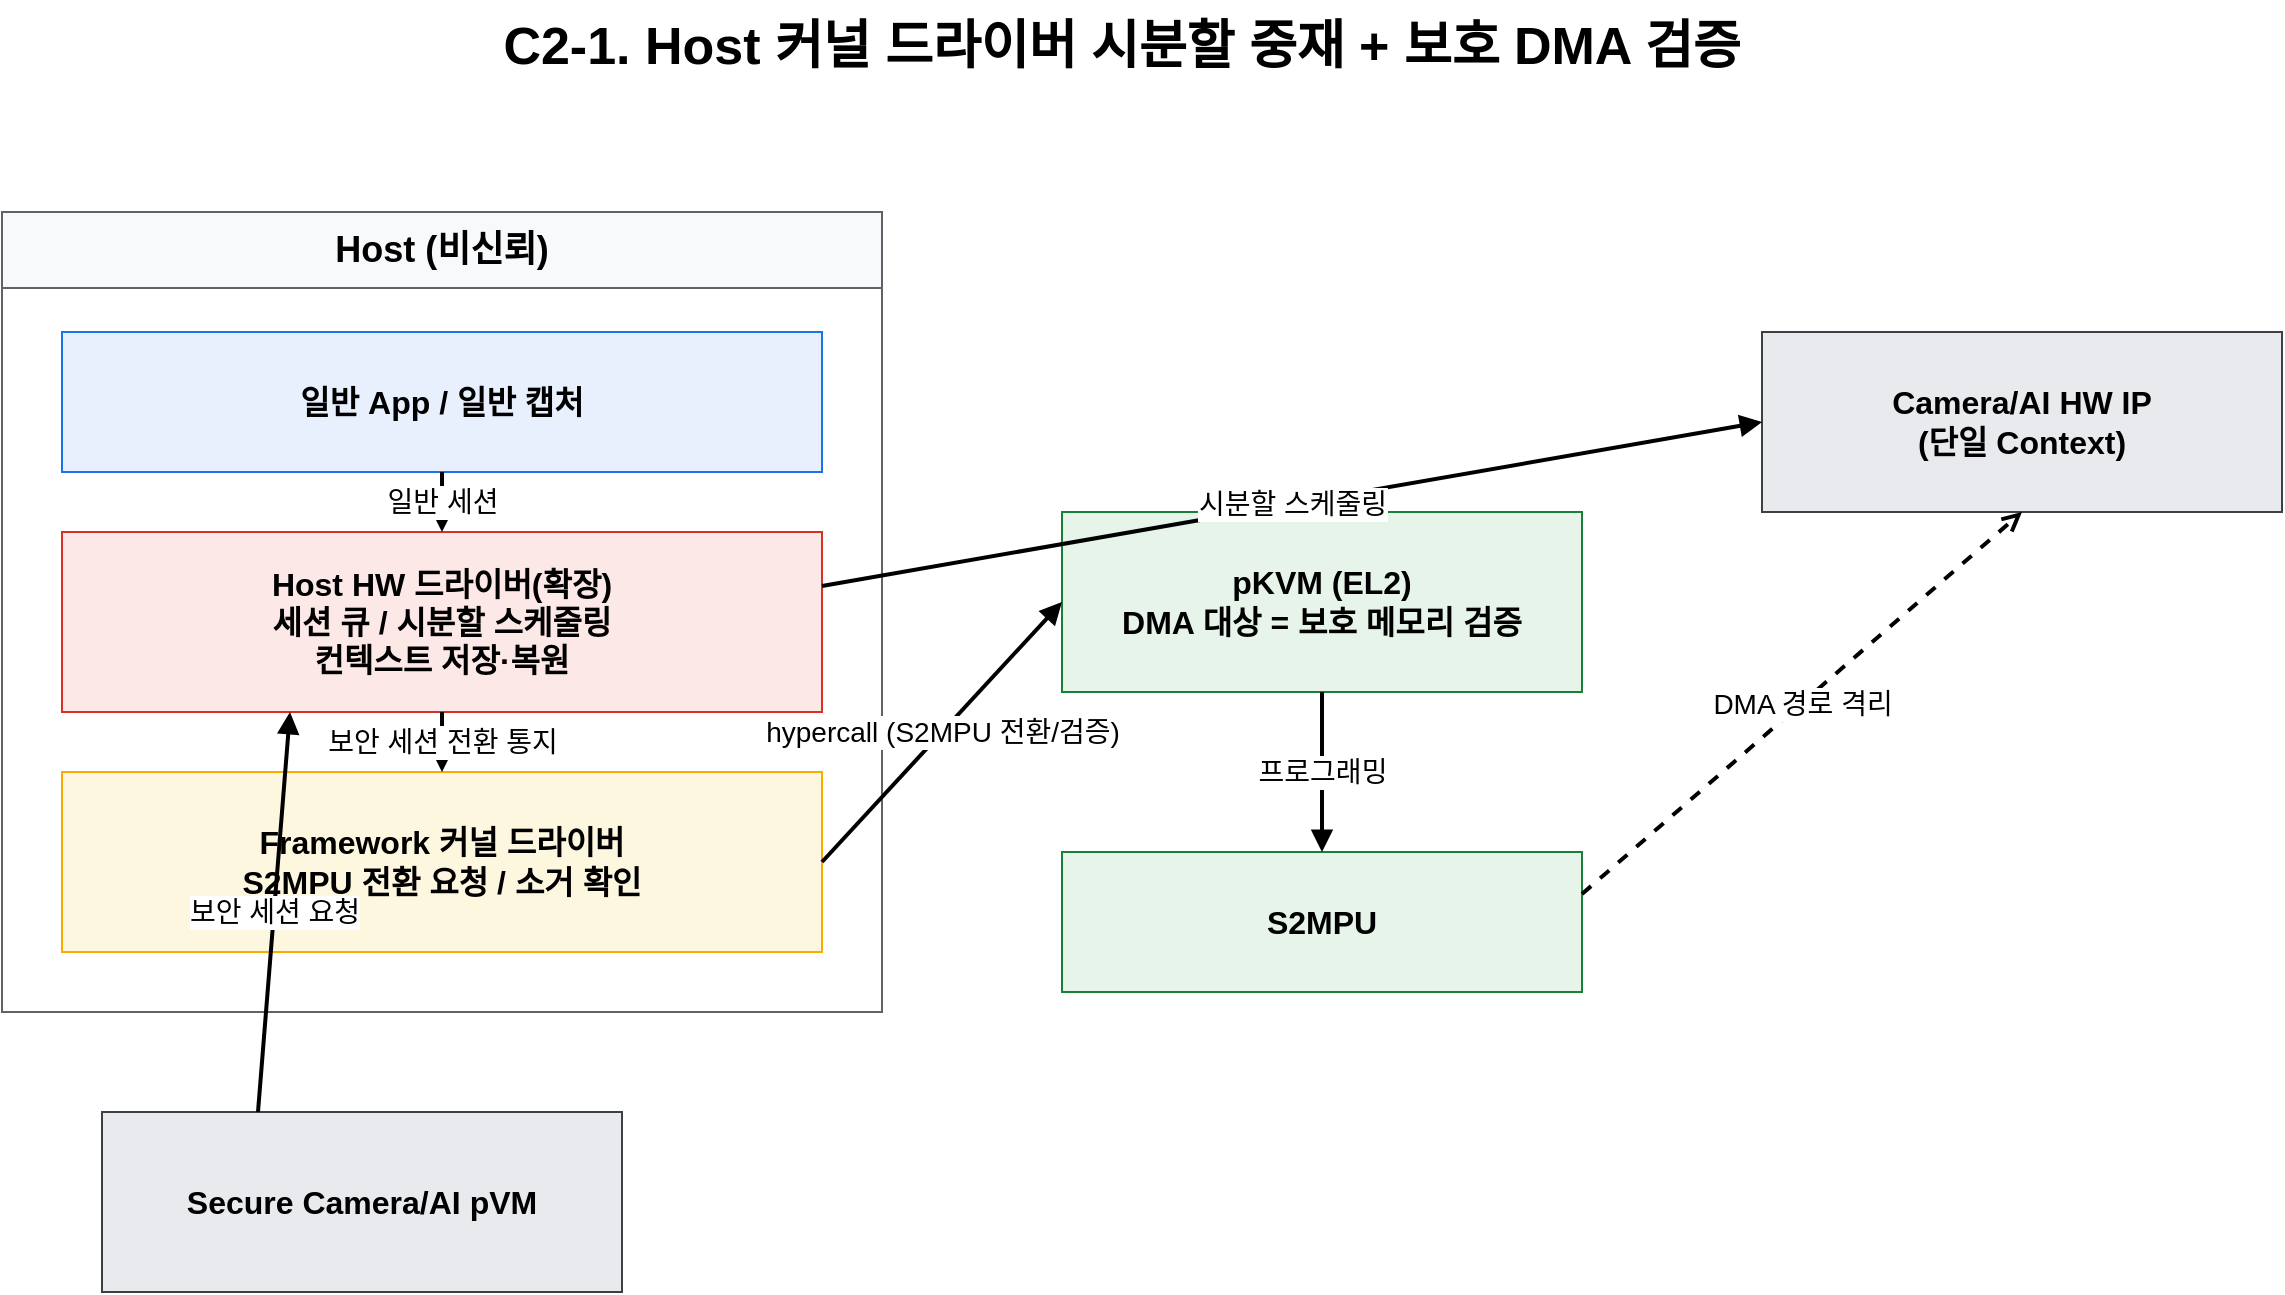
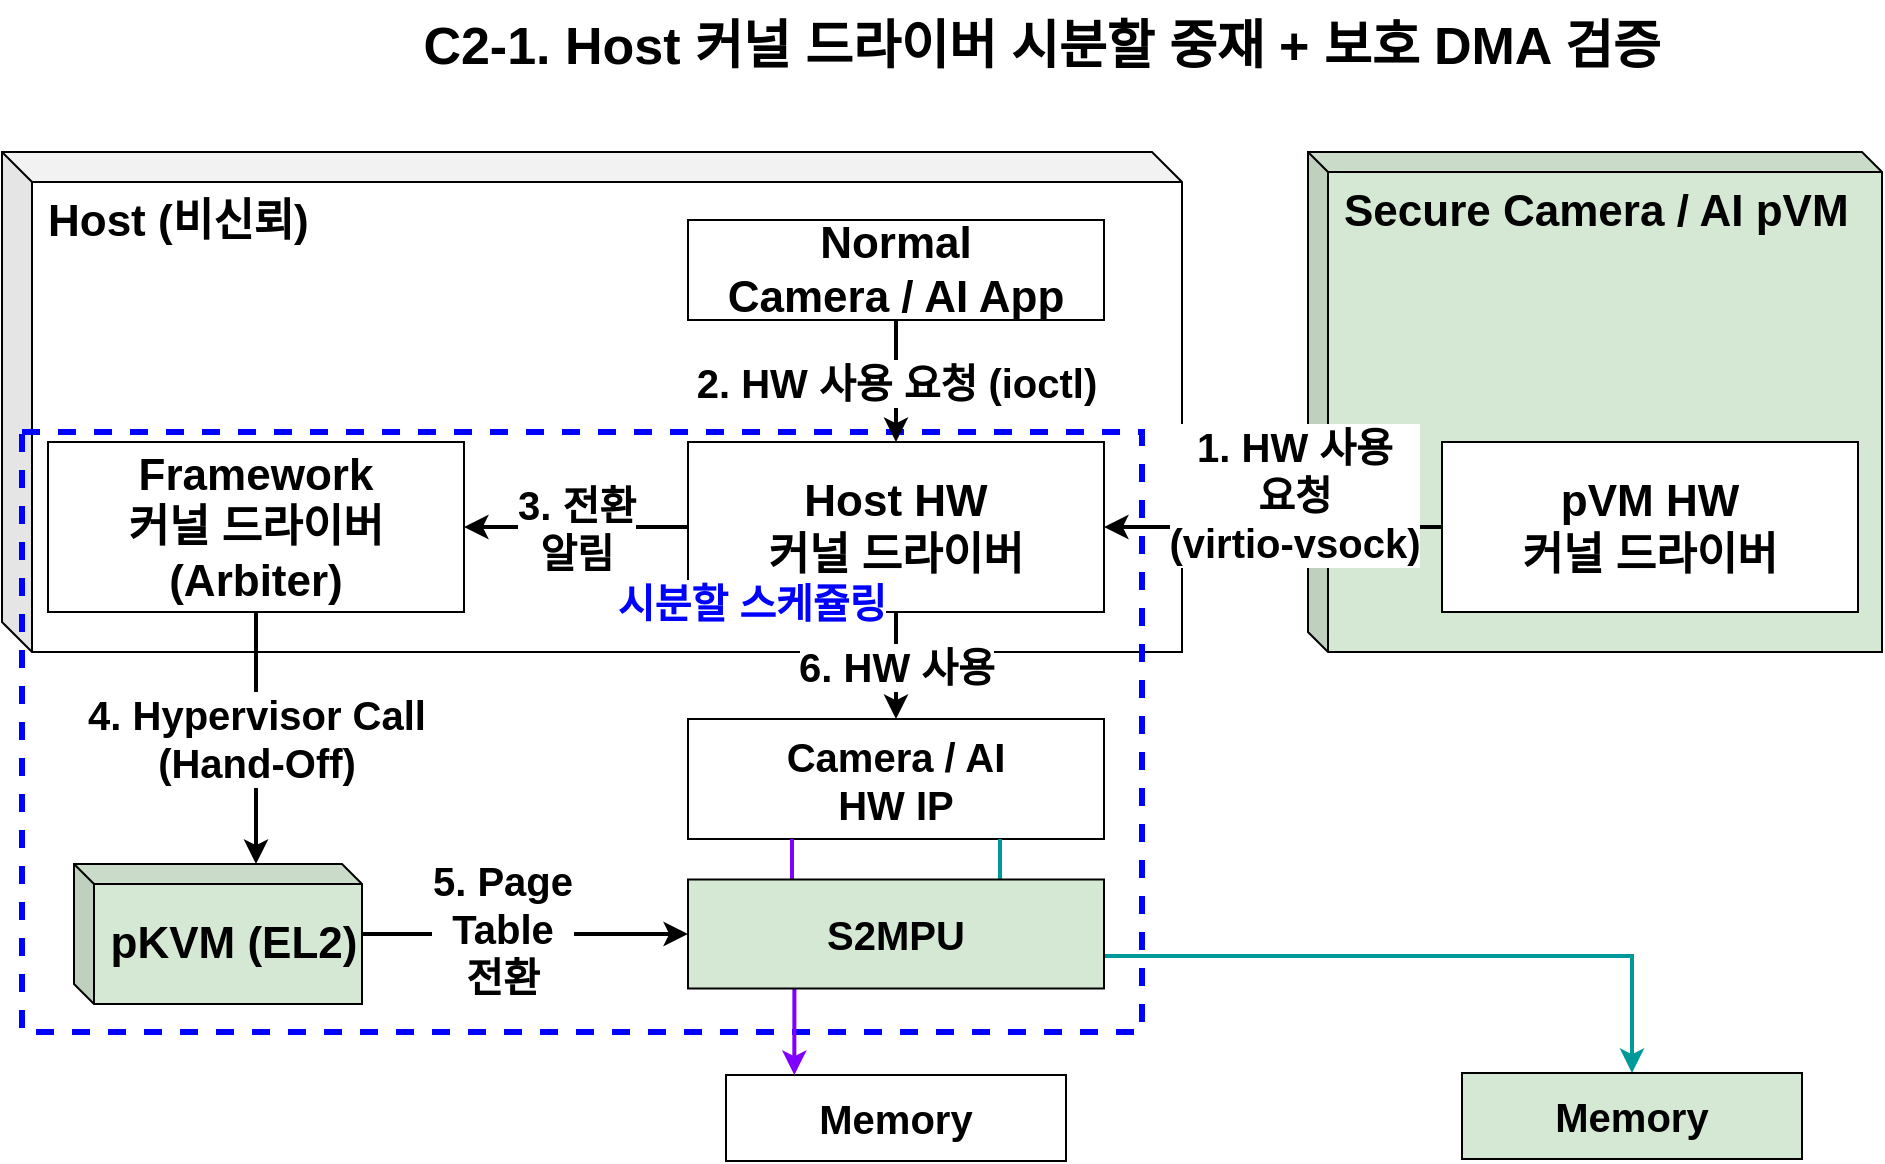
- <mxfile host="app.diagrams.net" modified="2026-07-09T00:00:00.000Z" agent="Claude" version="24.7.17" type="device">
+ <mxfile host="Electron" agent="Claude">
  <diagram id="c2-1-host-driver-mediation" name="C2-1">
-     <mxGraphModel dx="1280" dy="720" grid="1" gridSize="10" guides="1" tooltips="1" connect="1" arrows="1" fold="1" page="1" pageScale="1" pageWidth="1280" pageHeight="700" math="0" shadow="0">
+     <mxGraphModel dx="1274" dy="696" grid="1" gridSize="10" guides="1" tooltips="1" connect="1" arrows="1" fold="1" page="1" pageScale="1" pageWidth="1280" pageHeight="700" math="0" shadow="0">
      <root>
-         <mxCell id="0"/>
-         <mxCell id="1" parent="0"/>
-         <mxCell id="title" value="C2-1. Host 커널 드라이버 시분할 중재 + 보호 DMA 검증" style="text;html=1;strokeColor=none;fillColor=none;align=center;verticalAlign=middle;whiteSpace=wrap;rounded=0;fontSize=26;fontStyle=1" vertex="1" parent="1">
-           <mxGeometry x="220" y="34" width="820" height="46" as="geometry"/>
+         <mxCell id="0" />
+         <mxCell id="1" parent="0" />
+         <mxCell id="0ytqWX6ofJPlnmkD-78I-2" parent="1" style="shape=cube;whiteSpace=wrap;html=1;boundedLbl=1;backgroundOutline=1;darkOpacity=0.05;darkOpacity2=0.1;fontSize=22;fontStyle=1;verticalAlign=top;align=left;spacingLeft=6;size=15;" value="Host (비신뢰)" vertex="1">
+           <mxGeometry height="250" width="590" x="110" y="110" as="geometry" />
        </mxCell>
-         <mxCell id="host" value="Host (비신뢰)" style="swimlane;html=1;whiteSpace=wrap;rounded=0;startSize=38;horizontal=1;fillColor=#f8f9fa;strokeColor=#5f6368;fontSize=18;fontStyle=1" vertex="1" parent="1">
-           <mxGeometry x="70" y="140" width="440" height="400" as="geometry"/>
+         <mxCell id="0ytqWX6ofJPlnmkD-78I-34" parent="1" style="rounded=0;whiteSpace=wrap;html=1;fontFamily=Helvetica;fontSize=20;fontColor=default;fontStyle=1;labelBackgroundColor=default;dashed=1;fillColor=none;strokeWidth=3;strokeColor=#0000FF;" value="" vertex="1">
+           <mxGeometry height="300" width="560" x="120" y="250" as="geometry" />
        </mxCell>
-         <mxCell id="happ" value="일반 App / 일반 캡처" style="rounded=0;whiteSpace=wrap;html=1;fillColor=#e8f0fe;strokeColor=#1a73e8;fontSize=16;fontStyle=1" vertex="1" parent="host">
-           <mxGeometry x="30" y="60" width="380" height="70" as="geometry"/>
+         <mxCell id="title" parent="1" style="text;html=1;strokeColor=none;fillColor=none;align=center;verticalAlign=middle;whiteSpace=wrap;rounded=0;fontSize=26;fontStyle=1" value="C2-1. Host 커널 드라이버 시분할 중재 + 보호 DMA 검증" vertex="1">
+           <mxGeometry height="46" width="820" x="220" y="34" as="geometry" />
        </mxCell>
-         <mxCell id="hdrv" value="Host HW 드라이버(확장)&lt;br&gt;세션 큐 / 시분할 스케줄링&lt;br&gt;컨텍스트 저장·복원" style="rounded=0;whiteSpace=wrap;html=1;fillColor=#fce8e6;strokeColor=#d93025;fontSize=16;fontStyle=1" vertex="1" parent="host">
-           <mxGeometry x="30" y="160" width="380" height="90" as="geometry"/>
+         <mxCell id="0ytqWX6ofJPlnmkD-78I-1" parent="1" style="shape=cube;whiteSpace=wrap;html=1;boundedLbl=1;backgroundOutline=1;darkOpacity=0.05;darkOpacity2=0.1;fontSize=22;fontStyle=1;verticalAlign=top;align=left;spacingLeft=6;size=10;fillColor=#d5e8d4;strokeColor=#000000;" value="Secure&amp;nbsp;&lt;span style=&quot;background-color: transparent; color: light-dark(rgb(0, 0, 0), rgb(255, 255, 255));&quot;&gt;Camera / AI&amp;nbsp;&lt;/span&gt;&lt;span style=&quot;background-color: transparent; color: light-dark(rgb(0, 0, 0), rgb(255, 255, 255));&quot;&gt;pVM&lt;/span&gt;" vertex="1">
+           <mxGeometry height="250" width="287" x="763" y="110" as="geometry" />
        </mxCell>
-         <mxCell id="fdrv" value="Framework 커널 드라이버&lt;br&gt;S2MPU 전환 요청 / 소거 확인" style="rounded=0;whiteSpace=wrap;html=1;fillColor=#fef7e0;strokeColor=#f9ab00;fontSize=16;fontStyle=1" vertex="1" parent="host">
-           <mxGeometry x="30" y="280" width="380" height="90" as="geometry"/>
+         <mxCell id="0ytqWX6ofJPlnmkD-78I-22" edge="1" parent="1" source="0ytqWX6ofJPlnmkD-78I-4" style="edgeStyle=orthogonalEdgeStyle;shape=connector;rounded=0;orthogonalLoop=1;jettySize=auto;html=1;entryX=0;entryY=0.5;entryDx=0;entryDy=0;strokeColor=default;strokeWidth=2;align=center;verticalAlign=middle;fontFamily=Helvetica;fontSize=20;fontColor=default;fontStyle=1;labelBackgroundColor=default;endArrow=classic;" target="0ytqWX6ofJPlnmkD-78I-16">
+           <mxGeometry relative="1" as="geometry" />
        </mxCell>
-         <mxCell id="cam" value="Secure Camera/AI pVM" style="rounded=0;whiteSpace=wrap;html=1;fillColor=#e8eaed;strokeColor=#3c4043;fontSize=16;fontStyle=1" vertex="1" parent="1">
-           <mxGeometry x="120" y="590" width="260" height="90" as="geometry"/>
+         <mxCell id="0ytqWX6ofJPlnmkD-78I-30" connectable="0" parent="0ytqWX6ofJPlnmkD-78I-22" style="edgeLabel;html=1;align=center;verticalAlign=middle;resizable=0;points=[];fontFamily=Helvetica;fontSize=20;fontColor=default;fontStyle=1;labelBackgroundColor=default;" value="5. Page&lt;div&gt;Table&lt;div&gt;전환&lt;/div&gt;&lt;/div&gt;" vertex="1">
+           <mxGeometry relative="1" x="-0.1446" y="3" as="geometry">
+             <mxPoint as="offset" />
+           </mxGeometry>
        </mxCell>
-         <mxCell id="hv" value="pKVM (EL2)&lt;br&gt;DMA 대상 = 보호 메모리 검증" style="rounded=0;whiteSpace=wrap;html=1;fillColor=#e6f4ea;strokeColor=#188038;fontSize=16;fontStyle=1" vertex="1" parent="1">
-           <mxGeometry x="600" y="290" width="260" height="90" as="geometry"/>
+         <mxCell id="0ytqWX6ofJPlnmkD-78I-4" parent="1" style="shape=cube;whiteSpace=wrap;html=1;boundedLbl=1;backgroundOutline=1;darkOpacity=0.05;darkOpacity2=0.1;fontSize=22;fontStyle=1;verticalAlign=middle;align=center;spacingLeft=6;size=10;fillColor=#d5e8d4;strokeColor=#000000;" value="pKVM (EL2)" vertex="1">
+           <mxGeometry height="70" width="144" x="146" y="466" as="geometry" />
        </mxCell>
-         <mxCell id="mpu" value="S2MPU" style="rounded=0;whiteSpace=wrap;html=1;fillColor=#e6f4ea;strokeColor=#188038;fontSize=16;fontStyle=1" vertex="1" parent="1">
-           <mxGeometry x="600" y="460" width="260" height="70" as="geometry"/>
+         <mxCell id="0ytqWX6ofJPlnmkD-78I-6" parent="1" style="rounded=0;whiteSpace=wrap;html=1;fontSize=22;fontStyle=1;" value="Framework&lt;br&gt;&lt;div&gt;커널 드라이버&lt;/div&gt;&lt;div&gt;(Arbiter)&lt;/div&gt;" vertex="1">
+           <mxGeometry height="85" width="208" x="133" y="255" as="geometry" />
        </mxCell>
-         <mxCell id="hw" value="Camera/AI HW IP&lt;br&gt;(단일 Context)" style="rounded=0;whiteSpace=wrap;html=1;fillColor=#e8eaed;strokeColor=#3c4043;fontSize=16;fontStyle=1" vertex="1" parent="1">
-           <mxGeometry x="950" y="200" width="260" height="90" as="geometry"/>
+         <mxCell id="0ytqWX6ofJPlnmkD-78I-21" edge="1" parent="1" source="0ytqWX6ofJPlnmkD-78I-9" style="edgeStyle=orthogonalEdgeStyle;shape=connector;rounded=0;orthogonalLoop=1;jettySize=auto;html=1;entryX=1;entryY=0.5;entryDx=0;entryDy=0;strokeColor=default;strokeWidth=2;align=center;verticalAlign=middle;fontFamily=Helvetica;fontSize=20;fontColor=default;fontStyle=1;labelBackgroundColor=default;endArrow=classic;" target="0ytqWX6ofJPlnmkD-78I-6" value="3.&amp;nbsp;&lt;span style=&quot;background-color: light-dark(#ffffff, var(--ge-dark-color, #121212)); color: light-dark(rgb(0, 0, 0), rgb(255, 255, 255));&quot;&gt;전환&lt;/span&gt;&lt;div&gt;알림&lt;/div&gt;">
+           <mxGeometry relative="1" as="geometry" />
        </mxCell>
-         <mxCell id="e-happ-hdrv" value="일반 세션" style="endArrow=block;html=1;rounded=0;strokeWidth=2;exitX=0.5;exitY=1;exitDx=0;exitDy=0;entryX=0.5;entryY=0;entryDx=0;entryDy=0;fontSize=14" edge="1" parent="host" source="happ" target="hdrv">
-           <mxGeometry relative="1" as="geometry"/>
+         <mxCell id="0ytqWX6ofJPlnmkD-78I-32" edge="1" parent="1" source="0ytqWX6ofJPlnmkD-78I-9" style="edgeStyle=orthogonalEdgeStyle;shape=connector;rounded=0;orthogonalLoop=1;jettySize=auto;html=1;entryX=0.5;entryY=0;entryDx=0;entryDy=0;strokeColor=default;strokeWidth=2;align=center;verticalAlign=middle;fontFamily=Helvetica;fontSize=20;fontColor=default;fontStyle=1;labelBackgroundColor=default;endArrow=classic;" target="0ytqWX6ofJPlnmkD-78I-11" value="6. HW 사용">
+           <mxGeometry relative="1" as="geometry" />
        </mxCell>
-         <mxCell id="e-cam-hdrv" value="보안 세션 요청" style="endArrow=block;html=1;rounded=0;strokeWidth=2;exitX=0.3;exitY=0;exitDx=0;exitDy=0;entryX=0.3;entryY=1;entryDx=0;entryDy=0;fontSize=14" edge="1" parent="1" source="cam" target="hdrv">
-           <mxGeometry relative="1" as="geometry"/>
+         <mxCell id="0ytqWX6ofJPlnmkD-78I-9" parent="1" style="rounded=0;whiteSpace=wrap;html=1;fontSize=22;fontStyle=1;" value="Host HW&lt;br&gt;&lt;div&gt;커널 드라이버&lt;/div&gt;" vertex="1">
+           <mxGeometry height="85" width="208" x="453" y="255" as="geometry" />
        </mxCell>
-         <mxCell id="e-hdrv-hw" value="시분할 스케줄링" style="endArrow=block;html=1;rounded=0;strokeWidth=2;exitX=1;exitY=0.3;exitDx=0;exitDy=0;entryX=0;entryY=0.5;entryDx=0;entryDy=0;fontSize=14" edge="1" parent="1" source="hdrv" target="hw">
-           <mxGeometry relative="1" as="geometry"/>
+         <mxCell id="0ytqWX6ofJPlnmkD-78I-11" parent="1" style="rounded=0;whiteSpace=wrap;html=1;fontSize=20;fontStyle=1" value="Camera / AI&lt;div&gt;HW IP&lt;/div&gt;" vertex="1">
+           <mxGeometry height="60" width="208" x="453" y="393.5" as="geometry" />
        </mxCell>
-         <mxCell id="e-hdrv-fdrv" value="보안 세션 전환 통지" style="endArrow=block;html=1;rounded=0;strokeWidth=2;exitX=0.5;exitY=1;exitDx=0;exitDy=0;entryX=0.5;entryY=0;entryDx=0;entryDy=0;fontSize=14" edge="1" parent="host" source="hdrv" target="fdrv">
-           <mxGeometry relative="1" as="geometry"/>
+         <mxCell id="0ytqWX6ofJPlnmkD-78I-18" edge="1" parent="1" source="0ytqWX6ofJPlnmkD-78I-13" style="edgeStyle=orthogonalEdgeStyle;shape=connector;rounded=0;orthogonalLoop=1;jettySize=auto;html=1;entryX=1;entryY=0.5;entryDx=0;entryDy=0;strokeColor=default;strokeWidth=2;align=center;verticalAlign=middle;fontFamily=Helvetica;fontSize=20;fontColor=default;fontStyle=1;labelBackgroundColor=default;endArrow=classic;" target="0ytqWX6ofJPlnmkD-78I-9" value="1. HW 사용&lt;div&gt;요청&lt;/div&gt;&lt;div&gt;(virtio-vsock)&lt;/div&gt;">
+           <mxGeometry relative="1" x="-0.1266" y="-18" as="geometry">
+             <mxPoint y="1" as="offset" />
+           </mxGeometry>
        </mxCell>
-         <mxCell id="e-fdrv-hv" value="hypercall (S2MPU 전환/검증)" style="endArrow=block;html=1;rounded=0;strokeWidth=2;exitX=1;exitY=0.5;exitDx=0;exitDy=0;entryX=0;entryY=0.5;entryDx=0;entryDy=0;fontSize=14" edge="1" parent="1" source="fdrv" target="hv">
-           <mxGeometry relative="1" as="geometry"/>
+         <mxCell id="0ytqWX6ofJPlnmkD-78I-13" parent="1" style="rounded=0;whiteSpace=wrap;html=1;fontSize=22;fontStyle=1;" value="pVM HW&lt;br&gt;&lt;div&gt;커널 드라이버&lt;/div&gt;" vertex="1">
+           <mxGeometry height="85" width="208" x="830" y="255" as="geometry" />
        </mxCell>
-         <mxCell id="e-hv-mpu" value="프로그래밍" style="endArrow=block;html=1;rounded=0;strokeWidth=2;exitX=0.5;exitY=1;exitDx=0;exitDy=0;entryX=0.5;entryY=0;entryDx=0;entryDy=0;fontSize=14" edge="1" parent="1" source="hv" target="mpu">
-           <mxGeometry relative="1" as="geometry"/>
+         <mxCell id="0ytqWX6ofJPlnmkD-78I-14" edge="1" parent="1" source="0ytqWX6ofJPlnmkD-78I-6" style="edgeStyle=orthogonalEdgeStyle;shape=connector;rounded=0;orthogonalLoop=1;jettySize=auto;html=1;entryX=0;entryY=0;entryDx=90.99999999999999;entryDy=0;entryPerimeter=0;strokeColor=default;strokeWidth=2;align=center;verticalAlign=middle;fontFamily=Helvetica;fontSize=20;fontColor=default;fontStyle=1;labelBackgroundColor=default;endArrow=classic;exitX=0.5;exitY=1;exitDx=0;exitDy=0;" target="0ytqWX6ofJPlnmkD-78I-4" value="4. Hypervisor Call&lt;div&gt;(Hand-Off)&lt;/div&gt;">
+           <mxGeometry relative="1" as="geometry">
+             <mxPoint x="462.52631578947376" y="400" as="sourcePoint" />
+           </mxGeometry>
        </mxCell>
-         <mxCell id="e-mpu-hw" value="DMA 경로 격리" style="endArrow=open;html=1;rounded=0;dashed=1;strokeWidth=2;exitX=1;exitY=0.3;exitDx=0;exitDy=0;entryX=0.5;entryY=1;entryDx=0;entryDy=0;fontSize=14" edge="1" parent="1" source="mpu" target="hw">
-           <mxGeometry relative="1" as="geometry"/>
+         <mxCell id="0ytqWX6ofJPlnmkD-78I-15" parent="1" style="rounded=0;whiteSpace=wrap;html=1;fontFamily=Helvetica;fontSize=20;fontColor=default;fontStyle=1;labelBackgroundColor=default;" value="Memory" vertex="1">
+           <mxGeometry height="43" width="170" x="472" y="571.5" as="geometry" />
+         </mxCell>
+         <mxCell id="0ytqWX6ofJPlnmkD-78I-25" edge="1" parent="1" source="0ytqWX6ofJPlnmkD-78I-11" style="edgeStyle=orthogonalEdgeStyle;shape=connector;rounded=0;orthogonalLoop=1;jettySize=auto;html=1;strokeColor=#009999;strokeWidth=2;align=center;verticalAlign=middle;fontFamily=Helvetica;fontSize=20;fontColor=default;fontStyle=1;labelBackgroundColor=default;endArrow=classic;exitX=0.75;exitY=1;exitDx=0;exitDy=0;" target="0ytqWX6ofJPlnmkD-78I-24">
+           <mxGeometry relative="1" as="geometry" />
+         </mxCell>
+         <mxCell id="0ytqWX6ofJPlnmkD-78I-20" edge="1" parent="1" source="0ytqWX6ofJPlnmkD-78I-19" style="edgeStyle=orthogonalEdgeStyle;shape=connector;rounded=0;orthogonalLoop=1;jettySize=auto;html=1;entryX=0.5;entryY=0;entryDx=0;entryDy=0;strokeColor=default;strokeWidth=2;align=center;verticalAlign=middle;fontFamily=Helvetica;fontSize=20;fontColor=default;fontStyle=1;labelBackgroundColor=default;endArrow=classic;" target="0ytqWX6ofJPlnmkD-78I-9" value="2. HW 사용 요청&amp;nbsp;&lt;span style=&quot;background-color: light-dark(#ffffff, var(--ge-dark-color, #121212)); color: light-dark(rgb(0, 0, 0), rgb(255, 255, 255));&quot;&gt;(ioctl)&lt;/span&gt;">
+           <mxGeometry relative="1" as="geometry" />
+         </mxCell>
+         <mxCell id="0ytqWX6ofJPlnmkD-78I-19" parent="1" style="rounded=0;whiteSpace=wrap;html=1;fontSize=22;fontStyle=1;" value="Normal&lt;div&gt;Camera / AI App&lt;/div&gt;" vertex="1">
+           <mxGeometry height="50" width="208" x="453" y="144" as="geometry" />
+         </mxCell>
+         <mxCell id="0ytqWX6ofJPlnmkD-78I-24" parent="1" style="rounded=0;whiteSpace=wrap;html=1;fontFamily=Helvetica;fontSize=20;fontStyle=1;labelBackgroundColor=none;fillColor=#d5e8d4;strokeColor=#000000;" value="Memory" vertex="1">
+           <mxGeometry height="43" width="170" x="840" y="570.5" as="geometry" />
+         </mxCell>
+         <mxCell id="0ytqWX6ofJPlnmkD-78I-28" edge="1" parent="1" source="0ytqWX6ofJPlnmkD-78I-11" style="edgeStyle=orthogonalEdgeStyle;shape=connector;rounded=0;orthogonalLoop=1;jettySize=auto;html=1;exitX=0.25;exitY=1;exitDx=0;exitDy=0;strokeColor=#7F00FF;strokeWidth=2;align=center;verticalAlign=middle;fontFamily=Helvetica;fontSize=20;fontColor=default;fontStyle=1;labelBackgroundColor=default;endArrow=classic;entryX=0.201;entryY=0;entryDx=0;entryDy=0;entryPerimeter=0;" target="0ytqWX6ofJPlnmkD-78I-15">
+           <mxGeometry relative="1" as="geometry">
+             <mxPoint x="506" y="570" as="targetPoint" />
+           </mxGeometry>
+         </mxCell>
+         <mxCell id="0ytqWX6ofJPlnmkD-78I-16" parent="1" style="rounded=0;whiteSpace=wrap;html=1;fillColor=#d5e8d4;strokeColor=#000000;fontSize=20;fontStyle=1" value="S2MPU" vertex="1">
+           <mxGeometry height="54.5" width="208" x="453" y="473.75" as="geometry" />
+         </mxCell>
+         <mxCell id="0ytqWX6ofJPlnmkD-78I-29" parent="1" style="text;html=1;whiteSpace=wrap;strokeColor=none;fillColor=none;align=center;verticalAlign=middle;rounded=0;fontFamily=Helvetica;fontSize=20;fontColor=#0000FF;fontStyle=1;labelBackgroundColor=default;" value="시분할 스케쥴링" vertex="1">
+           <mxGeometry height="30" width="170" x="400" y="320" as="geometry" />
        </mxCell>
      </root>
    </mxGraphModel>
  </diagram>
</mxfile>
